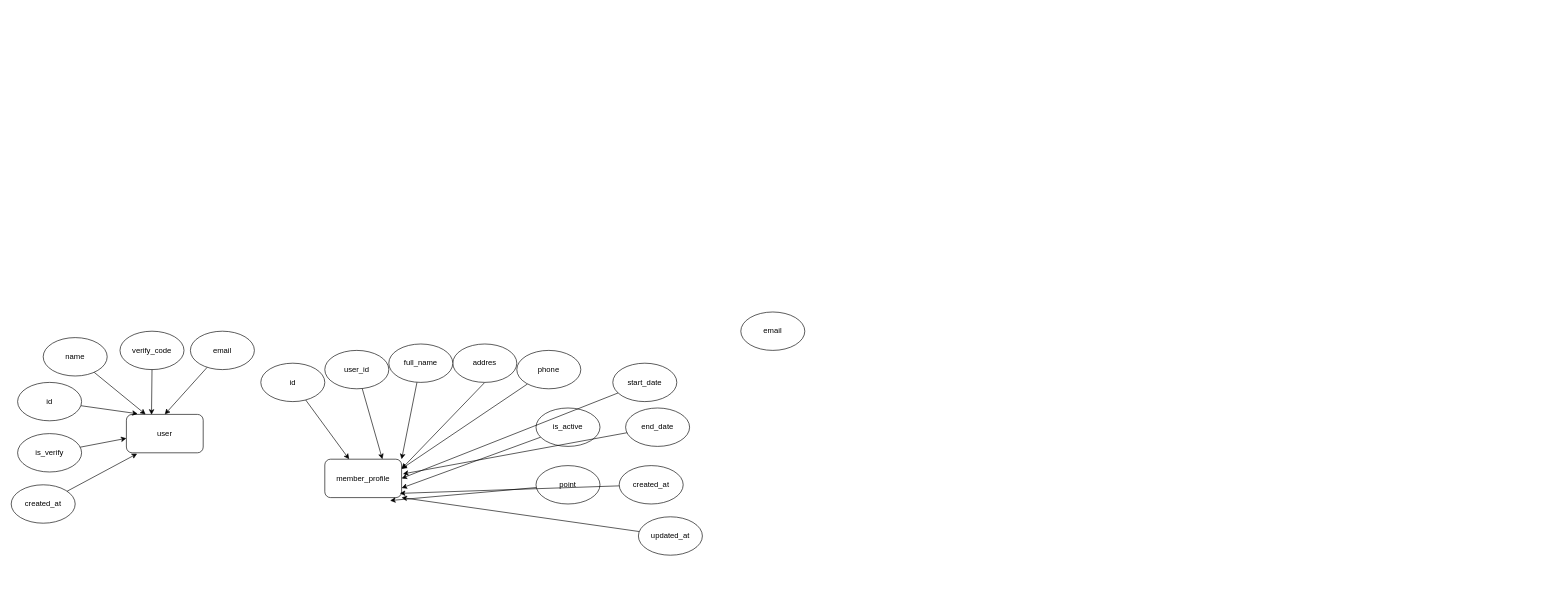
Before: Diagram Tanpa Judul.drawio in bayudani/Backend_gym, a draw.io diagram. Source tidied: cells renumbered, new cells numbered last; positions are measured from the earlier drawing's top-left corner, leaving out a move shared by most shapes. Both pictures are drawn from the tidied source at 64%, with x=0, y=0 at pixel (11, 312).
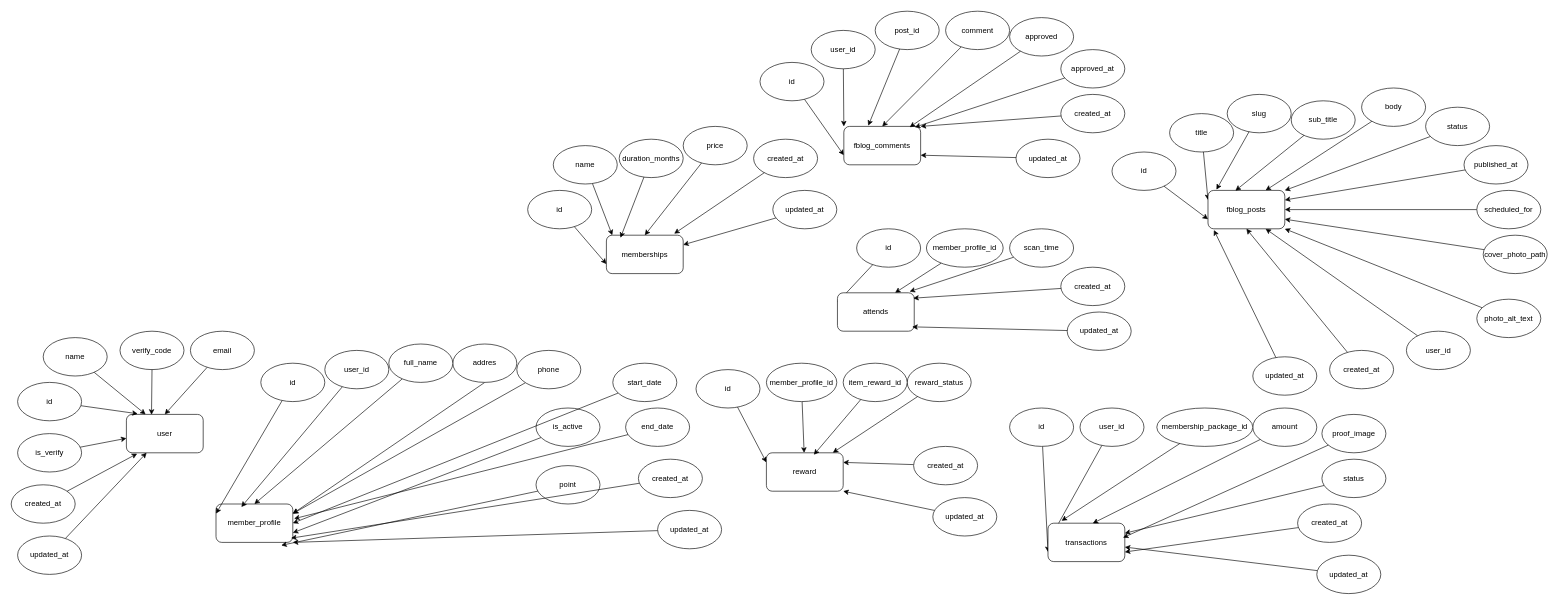
Above is the later version.

Unchanged cells that the change refers to:
```xml
<mxCell id="2" value="user" style="rounded=1;whiteSpace=wrap;html=1;" parent="1" vertex="1">
  <mxGeometry x="180" y="160" width="120" height="60" as="geometry" />
</mxCell>
<mxCell id="17" value="user_id" style="ellipse;whiteSpace=wrap;html=1;" parent="1" vertex="1">
  <mxGeometry x="490" y="60" width="100" height="60" as="geometry" />
</mxCell>
<mxCell id="21" value="id" style="ellipse;whiteSpace=wrap;html=1;" parent="1" vertex="1">
  <mxGeometry x="390" y="80" width="100" height="60" as="geometry" />
</mxCell>
<mxCell id="27" value="full_name" style="ellipse;whiteSpace=wrap;html=1;" parent="1" vertex="1">
  <mxGeometry x="590" y="50" width="100" height="60" as="geometry" />
</mxCell>
```

Diff of the diagram source:
```diff
@@
     <mxCell id="15" value="member_profile" style="rounded=1;whiteSpace=wrap;html=1;" parent="1" vertex="1">
-      <mxGeometry x="490" y="230" width="120" height="60" as="geometry" />
+      <mxGeometry x="320" y="300" width="120" height="60" as="geometry" />
     </mxCell>
-    <mxCell id="16" style="rounded=0;jettySize=auto;html=1;entryX=0.75;entryY=0;entryDx=0;entryDy=0;" parent="1" edge="1" source="17" target="15">
+    <mxCell id="16" style="rounded=0;jettySize=auto;html=1;entryX=0.33;entryY=0.077;entryDx=0;entryDy=0;entryPerimeter=0;" parent="1" edge="1" source="17" target="15">
       <mxGeometry relative="1" as="geometry" />
     </mxCell>
@@
-    <mxCell id="20" style="rounded=0;jettySize=auto;html=1;" parent="1" edge="1" source="21" target="15">
+    <mxCell id="20" style="rounded=0;jettySize=auto;html=1;entryX=0;entryY=0.25;entryDx=0;entryDy=0;" parent="1" edge="1" source="21" target="15">
       <mxGeometry relative="1" as="geometry" />
     </mxCell>
@@
-    <mxCell id="26" style="rounded=0;jettySize=auto;html=1;entryX=1;entryY=0;entryDx=0;entryDy=0;" parent="1" edge="1" source="27" target="15">
+    <mxCell id="26" style="rounded=0;jettySize=auto;html=1;entryX=0.5;entryY=0;entryDx=0;entryDy=0;" parent="1" edge="1" source="27" target="15">
       <mxGeometry relative="1" as="geometry" />
     </mxCell>
@@
+    <mxCell id="39" style="rounded=0;jettySize=auto;html=1;entryX=0;entryY=0.25;entryDx=0;entryDy=0;" parent="1" edge="1" source="28" target="40">
+      <mxGeometry relative="1" as="geometry" />
+    </mxCell>
-    <mxCell id="28" value="email" style="ellipse;whiteSpace=wrap;html=1;" parent="1" vertex="1">
-      <mxGeometry x="1140" width="100" height="60" as="geometry" />
+    <mxCell id="28" value="id" style="ellipse;whiteSpace=wrap;html=1;" parent="1" vertex="1">
+      <mxGeometry x="1070" y="90" width="100" height="60" as="geometry" />
     </mxCell>
@@
     <mxCell id="30" value="updated_at" style="ellipse;whiteSpace=wrap;html=1;" parent="1" vertex="1">
-      <mxGeometry x="980" y="320" width="100" height="60" as="geometry" />
+      <mxGeometry x="1010" y="310" width="100" height="60" as="geometry" />
     </mxCell>
     <mxCell id="31" value="created_at" style="ellipse;whiteSpace=wrap;html=1;" parent="1" vertex="1">
-      <mxGeometry x="950" y="240" width="100" height="60" as="geometry" />
+      <mxGeometry x="980" y="230" width="100" height="60" as="geometry" />
     </mxCell>
@@
+    <mxCell id="40" value="reward" style="rounded=1;whiteSpace=wrap;html=1;" parent="1" vertex="1">
+      <mxGeometry x="1180" y="220" width="120" height="60" as="geometry" />
+    </mxCell>
+    <mxCell id="41" style="rounded=0;jettySize=auto;html=1;" parent="1" edge="1" source="42" target="40">
+      <mxGeometry relative="1" as="geometry" />
+    </mxCell>
+    <mxCell id="42" value="member_profile_id" style="ellipse;whiteSpace=wrap;html=1;" parent="1" vertex="1">
+      <mxGeometry x="1180" y="80" width="110" height="60" as="geometry" />
+    </mxCell>
+    <mxCell id="43" style="rounded=0;jettySize=auto;html=1;entryX=0;entryY=0.5;entryDx=0;entryDy=0;" parent="1" edge="1" source="44" target="56">
+      <mxGeometry relative="1" as="geometry" />
+    </mxCell>
+    <mxCell id="44" value="user_id" style="ellipse;whiteSpace=wrap;html=1;" parent="1" vertex="1">
+      <mxGeometry x="1670" y="150" width="100" height="60" as="geometry" />
+    </mxCell>
+    <mxCell id="45" value="duration_months" style="ellipse;whiteSpace=wrap;html=1;" parent="1" vertex="1">
+      <mxGeometry x="950" y="-270" width="100" height="60" as="geometry" />
+    </mxCell>
+    <mxCell id="46" style="rounded=0;jettySize=auto;html=1;entryX=0;entryY=0.75;entryDx=0;entryDy=0;" parent="1" edge="1" source="47" target="56">
+      <mxGeometry relative="1" as="geometry" />
+    </mxCell>
+    <mxCell id="47" value="id" style="ellipse;whiteSpace=wrap;html=1;" parent="1" vertex="1">
+      <mxGeometry x="1560" y="150" width="100" height="60" as="geometry" />
+    </mxCell>
+    <mxCell id="48" value="reward_status" style="ellipse;whiteSpace=wrap;html=1;" parent="1" vertex="1">
+      <mxGeometry x="1400" y="80" width="100" height="60" as="geometry" />
+    </mxCell>
+    <mxCell id="49" value="item_reward_id" style="ellipse;whiteSpace=wrap;html=1;" parent="1" vertex="1">
+      <mxGeometry x="1300" y="80" width="100" height="60" as="geometry" />
+    </mxCell>
+    <mxCell id="50" style="rounded=0;jettySize=auto;html=1;entryX=1;entryY=1;entryDx=0;entryDy=0;" parent="1" edge="1" source="51" target="40">
+      <mxGeometry relative="1" as="geometry" />
+    </mxCell>
+    <mxCell id="51" value="updated_at" style="ellipse;whiteSpace=wrap;html=1;" parent="1" vertex="1">
+      <mxGeometry x="1440" y="290" width="100" height="60" as="geometry" />
+    </mxCell>
+    <mxCell id="52" style="rounded=0;jettySize=auto;html=1;entryX=1;entryY=0.25;entryDx=0;entryDy=0;" parent="1" edge="1" source="53" target="40">
+      <mxGeometry relative="1" as="geometry" />
+    </mxCell>
+    <mxCell id="53" value="created_at" style="ellipse;whiteSpace=wrap;html=1;" parent="1" vertex="1">
+      <mxGeometry x="1410" y="210" width="100" height="60" as="geometry" />
+    </mxCell>
+    <mxCell id="54" style="rounded=0;jettySize=auto;html=1;entryX=0.865;entryY=-0.003;entryDx=0;entryDy=0;entryPerimeter=0;" parent="1" edge="1" source="48" target="40">
+      <mxGeometry relative="1" as="geometry" />
+    </mxCell>
+    <mxCell id="55" style="rounded=0;jettySize=auto;html=1;entryX=0.618;entryY=0.05;entryDx=0;entryDy=0;entryPerimeter=0;" parent="1" edge="1" source="49" target="40">
+      <mxGeometry relative="1" as="geometry" />
+    </mxCell>
+    <mxCell id="56" value="transactions" style="rounded=1;whiteSpace=wrap;html=1;" parent="1" vertex="1">
+      <mxGeometry x="1620" y="330" width="120" height="60" as="geometry" />
+    </mxCell>
+    <mxCell id="57" value="post_id" style="ellipse;whiteSpace=wrap;html=1;" parent="1" vertex="1">
+      <mxGeometry x="1350" y="-470" width="100" height="60" as="geometry" />
+    </mxCell>
+    <mxCell id="58" style="rounded=0;jettySize=auto;html=1;entryX=0.5;entryY=0;entryDx=0;entryDy=0;" parent="1" edge="1" source="59" target="72">
+      <mxGeometry relative="1" as="geometry" />
+    </mxCell>
+    <mxCell id="59" value="price" style="ellipse;whiteSpace=wrap;html=1;" parent="1" vertex="1">
+      <mxGeometry x="1050" y="-290" width="100" height="60" as="geometry" />
+    </mxCell>
+    <mxCell id="60" style="rounded=0;jettySize=auto;html=1;" parent="1" edge="1" source="61" target="56">
+      <mxGeometry relative="1" as="geometry" />
+    </mxCell>
+    <mxCell id="61" value="status" style="ellipse;whiteSpace=wrap;html=1;" parent="1" vertex="1">
+      <mxGeometry x="2048" y="230" width="100" height="60" as="geometry" />
+    </mxCell>
+    <mxCell id="62" value="proof_image" style="ellipse;whiteSpace=wrap;html=1;" parent="1" vertex="1">
+      <mxGeometry x="2048" y="160" width="100" height="60" as="geometry" />
+    </mxCell>
+    <mxCell id="63" value="amount" style="ellipse;whiteSpace=wrap;html=1;" parent="1" vertex="1">
+      <mxGeometry x="1940" y="150" width="100" height="60" as="geometry" />
+    </mxCell>
+    <mxCell id="64" value="membership_package_id" style="ellipse;whiteSpace=wrap;html=1;" parent="1" vertex="1">
+      <mxGeometry x="1790" y="150" width="150" height="60" as="geometry" />
+    </mxCell>
+    <mxCell id="65" style="rounded=0;jettySize=auto;html=1;entryX=1;entryY=0.75;entryDx=0;entryDy=0;" parent="1" edge="1" source="66" target="56">
+      <mxGeometry relative="1" as="geometry" />
+    </mxCell>
+    <mxCell id="66" value="created_at" style="ellipse;whiteSpace=wrap;html=1;" parent="1" vertex="1">
+      <mxGeometry x="2010" y="300" width="100" height="60" as="geometry" />
+    </mxCell>
+    <mxCell id="67" style="rounded=0;jettySize=auto;html=1;" parent="1" edge="1" source="68" target="56">
+      <mxGeometry relative="1" as="geometry" />
+    </mxCell>
+    <mxCell id="68" value="updated_at" style="ellipse;whiteSpace=wrap;html=1;" parent="1" vertex="1">
+      <mxGeometry x="2040" y="380" width="100" height="60" as="geometry" />
+    </mxCell>
+    <mxCell id="69" style="rounded=0;jettySize=auto;html=1;entryX=0.177;entryY=-0.063;entryDx=0;entryDy=0;entryPerimeter=0;" parent="1" edge="1" source="64" target="56">
+      <mxGeometry relative="1" as="geometry" />
+    </mxCell>
+    <mxCell id="70" style="rounded=0;jettySize=auto;html=1;entryX=0.583;entryY=0.003;entryDx=0;entryDy=0;entryPerimeter=0;" parent="1" edge="1" source="63" target="56">
+      <mxGeometry relative="1" as="geometry" />
+    </mxCell>
+    <mxCell id="71" style="rounded=0;jettySize=auto;html=1;entryX=0.977;entryY=0.377;entryDx=0;entryDy=0;entryPerimeter=0;" parent="1" edge="1" source="62" target="56">
+      <mxGeometry relative="1" as="geometry" />
+    </mxCell>
+    <mxCell id="72" value="memberships" style="rounded=1;whiteSpace=wrap;html=1;" parent="1" vertex="1">
+      <mxGeometry x="930" y="-120" width="120" height="60" as="geometry" />
+    </mxCell>
+    <mxCell id="73" style="rounded=0;jettySize=auto;html=1;entryX=0;entryY=0.75;entryDx=0;entryDy=0;" parent="1" edge="1" source="74" target="72">
+      <mxGeometry relative="1" as="geometry" />
+    </mxCell>
+    <mxCell id="74" value="id" style="ellipse;whiteSpace=wrap;html=1;" parent="1" vertex="1">
+      <mxGeometry x="807" y="-190" width="100" height="60" as="geometry" />
+    </mxCell>
+    <mxCell id="75" style="rounded=0;jettySize=auto;html=1;entryX=0.077;entryY=0;entryDx=0;entryDy=0;entryPerimeter=0;" parent="1" edge="1" source="76" target="72">
+      <mxGeometry relative="1" as="geometry" />
+    </mxCell>
+    <mxCell id="76" value="name" style="ellipse;whiteSpace=wrap;html=1;" parent="1" vertex="1">
+      <mxGeometry x="847" y="-260" width="100" height="60" as="geometry" />
+    </mxCell>
+    <mxCell id="77" style="rounded=0;jettySize=auto;html=1;" parent="1" edge="1" source="78" target="2">
+      <mxGeometry relative="1" as="geometry" />
+    </mxCell>
+    <mxCell id="78" value="updated_at" style="ellipse;whiteSpace=wrap;html=1;" parent="1" vertex="1">
+      <mxGeometry x="10" y="350" width="100" height="60" as="geometry" />
+    </mxCell>
+    <mxCell id="79" style="rounded=0;jettySize=auto;html=1;entryX=0.5;entryY=0;entryDx=0;entryDy=0;" parent="1" edge="1" source="80" target="101">
+      <mxGeometry relative="1" as="geometry" />
+    </mxCell>
+    <mxCell id="80" value="comment" style="ellipse;whiteSpace=wrap;html=1;" parent="1" vertex="1">
+      <mxGeometry x="1460" y="-470" width="100" height="60" as="geometry" />
+    </mxCell>
+    <mxCell id="81" style="rounded=0;jettySize=auto;html=1;entryX=0;entryY=0;entryDx=0;entryDy=0;" parent="1" edge="1" source="82" target="101">
+      <mxGeometry relative="1" as="geometry" />
+    </mxCell>
+    <mxCell id="82" value="user_id" style="ellipse;whiteSpace=wrap;html=1;" parent="1" vertex="1">
+      <mxGeometry x="1250" y="-440" width="100" height="60" as="geometry" />
+    </mxCell>
+    <mxCell id="83" value="scan_time" style="ellipse;whiteSpace=wrap;html=1;" parent="1" vertex="1">
+      <mxGeometry x="1560" y="-130" width="100" height="60" as="geometry" />
+    </mxCell>
+    <mxCell id="84" value="updated_at" style="ellipse;whiteSpace=wrap;html=1;" parent="1" vertex="1">
+      <mxGeometry x="1650" width="100" height="60" as="geometry" />
+    </mxCell>
+    <mxCell id="85" value="created_at" style="ellipse;whiteSpace=wrap;html=1;" parent="1" vertex="1">
+      <mxGeometry x="1640" y="-70" width="100" height="60" as="geometry" />
+    </mxCell>
+    <mxCell id="86" style="rounded=0;jettySize=auto;html=1;entryX=0;entryY=0.75;entryDx=0;entryDy=0;" parent="1" edge="1" source="87" target="101">
+      <mxGeometry relative="1" as="geometry" />
+    </mxCell>
+    <mxCell id="87" value="id" style="ellipse;whiteSpace=wrap;html=1;" parent="1" vertex="1">
+      <mxGeometry x="1170" y="-390" width="100" height="60" as="geometry" />
+    </mxCell>
+    <mxCell id="88" style="rounded=0;jettySize=auto;html=1;entryX=0;entryY=0.25;entryDx=0;entryDy=0;" parent="1" edge="1" source="89" target="97">
+      <mxGeometry relative="1" as="geometry" />
+    </mxCell>
+    <mxCell id="89" value="id" style="ellipse;whiteSpace=wrap;html=1;" parent="1" vertex="1">
+      <mxGeometry x="1321" y="-130" width="100" height="60" as="geometry" />
+    </mxCell>
+    <mxCell id="90" style="rounded=0;jettySize=auto;html=1;entryX=0.75;entryY=0;entryDx=0;entryDy=0;" parent="1" edge="1" source="91" target="97">
+      <mxGeometry relative="1" as="geometry" />
+    </mxCell>
+    <mxCell id="91" value="member_profile_id" style="ellipse;whiteSpace=wrap;html=1;" parent="1" vertex="1">
+      <mxGeometry x="1430" y="-130" width="120" height="60" as="geometry" />
+    </mxCell>
+    <mxCell id="92" value="created_at" style="ellipse;whiteSpace=wrap;html=1;" parent="1" vertex="1">
+      <mxGeometry x="1160" y="-270" width="100" height="60" as="geometry" />
+    </mxCell>
+    <mxCell id="93" style="rounded=0;jettySize=auto;html=1;entryX=1;entryY=0.25;entryDx=0;entryDy=0;" parent="1" edge="1" source="94" target="72">
+      <mxGeometry relative="1" as="geometry" />
+    </mxCell>
+    <mxCell id="94" value="updated_at" style="ellipse;whiteSpace=wrap;html=1;" parent="1" vertex="1">
+      <mxGeometry x="1190" y="-190" width="100" height="60" as="geometry" />
+    </mxCell>
+    <mxCell id="95" style="rounded=0;jettySize=auto;html=1;entryX=0.183;entryY=0.067;entryDx=0;entryDy=0;entryPerimeter=0;" parent="1" edge="1" source="45" target="72">
+      <mxGeometry relative="1" as="geometry" />
+    </mxCell>
+    <mxCell id="96" style="rounded=0;jettySize=auto;html=1;entryX=0.883;entryY=-0.04;entryDx=0;entryDy=0;entryPerimeter=0;" parent="1" edge="1" source="92" target="72">
+      <mxGeometry relative="1" as="geometry" />
+    </mxCell>
+    <mxCell id="97" value="attends" style="rounded=1;whiteSpace=wrap;html=1;" parent="1" vertex="1">
+      <mxGeometry x="1291" y="-30" width="120" height="60" as="geometry" />
+    </mxCell>
+    <mxCell id="98" style="rounded=0;jettySize=auto;html=1;entryX=0.94;entryY=-0.033;entryDx=0;entryDy=0;entryPerimeter=0;" parent="1" edge="1" source="83" target="97">
+      <mxGeometry relative="1" as="geometry" />
+    </mxCell>
+    <mxCell id="99" style="rounded=0;jettySize=auto;html=1;entryX=0.987;entryY=0.14;entryDx=0;entryDy=0;entryPerimeter=0;" parent="1" edge="1" source="85" target="97">
+      <mxGeometry relative="1" as="geometry" />
+    </mxCell>
+    <mxCell id="100" style="rounded=0;jettySize=auto;html=1;entryX=0.973;entryY=0.887;entryDx=0;entryDy=0;entryPerimeter=0;" parent="1" edge="1" source="84" target="97">
+      <mxGeometry relative="1" as="geometry" />
+    </mxCell>
+    <mxCell id="101" value="fblog_comments" style="rounded=1;whiteSpace=wrap;html=1;" parent="1" vertex="1">
+      <mxGeometry x="1301" y="-290" width="120" height="60" as="geometry" />
+    </mxCell>
+    <mxCell id="102" style="rounded=0;jettySize=auto;html=1;entryX=0.75;entryY=0;entryDx=0;entryDy=0;" parent="1" edge="1" source="103" target="129">
+      <mxGeometry relative="1" as="geometry" />
+    </mxCell>
+    <mxCell id="103" value="body" style="ellipse;whiteSpace=wrap;html=1;" parent="1" vertex="1">
+      <mxGeometry x="2110" y="-350" width="100" height="60" as="geometry" />
+    </mxCell>
+    <mxCell id="104" style="rounded=0;jettySize=auto;html=1;entryX=1;entryY=0.75;entryDx=0;entryDy=0;" parent="1" edge="1" source="105" target="129">
+      <mxGeometry relative="1" as="geometry" />
+    </mxCell>
+    <mxCell id="105" value="cover_photo_path" style="ellipse;whiteSpace=wrap;html=1;" parent="1" vertex="1">
+      <mxGeometry x="2300" y="-120" width="100" height="60" as="geometry" />
+    </mxCell>
+    <mxCell id="106" value="approved" style="ellipse;whiteSpace=wrap;html=1;" parent="1" vertex="1">
+      <mxGeometry x="1560" y="-460" width="100" height="60" as="geometry" />
+    </mxCell>
+    <mxCell id="107" value="approved_at" style="ellipse;whiteSpace=wrap;html=1;" parent="1" vertex="1">
+      <mxGeometry x="1640" y="-410" width="100" height="60" as="geometry" />
+    </mxCell>
+    <mxCell id="108" style="rounded=0;jettySize=auto;html=1;entryX=1;entryY=0.5;entryDx=0;entryDy=0;" parent="1" edge="1" source="109" target="129">
+      <mxGeometry relative="1" as="geometry" />
+    </mxCell>
+    <mxCell id="109" value="scheduled_for" style="ellipse;whiteSpace=wrap;html=1;" parent="1" vertex="1">
+      <mxGeometry x="2290" y="-190" width="100" height="60" as="geometry" />
+    </mxCell>
+    <mxCell id="110" style="rounded=0;jettySize=auto;html=1;entryX=1;entryY=0.25;entryDx=0;entryDy=0;" parent="1" edge="1" source="111" target="129">
+      <mxGeometry relative="1" as="geometry" />
+    </mxCell>
+    <mxCell id="111" value="published_at" style="ellipse;whiteSpace=wrap;html=1;" parent="1" vertex="1">
+      <mxGeometry x="2270" y="-260" width="100" height="60" as="geometry" />
+    </mxCell>
+    <mxCell id="112" style="rounded=0;jettySize=auto;html=1;entryX=1;entryY=0;entryDx=0;entryDy=0;" parent="1" edge="1" source="113" target="129">
+      <mxGeometry relative="1" as="geometry" />
+    </mxCell>
+    <mxCell id="113" value="status" style="ellipse;whiteSpace=wrap;html=1;" parent="1" vertex="1">
+      <mxGeometry x="2210" y="-320" width="100" height="60" as="geometry" />
+    </mxCell>
+    <mxCell id="114" style="rounded=0;jettySize=auto;html=1;entryX=0;entryY=0.25;entryDx=0;entryDy=0;" parent="1" edge="1" source="115" target="129">
+      <mxGeometry relative="1" as="geometry" />
+    </mxCell>
+    <mxCell id="115" value="title" style="ellipse;whiteSpace=wrap;html=1;" parent="1" vertex="1">
+      <mxGeometry x="1810" y="-310" width="100" height="60" as="geometry" />
+    </mxCell>
+    <mxCell id="116" value="sub_title" style="ellipse;whiteSpace=wrap;html=1;" parent="1" vertex="1">
+      <mxGeometry x="2000" y="-330" width="100" height="60" as="geometry" />
+    </mxCell>
+    <mxCell id="117" style="rounded=0;jettySize=auto;html=1;entryX=0;entryY=0.75;entryDx=0;entryDy=0;" parent="1" edge="1" source="118" target="129">
+      <mxGeometry relative="1" as="geometry" />
+    </mxCell>
+    <mxCell id="118" value="id" style="ellipse;whiteSpace=wrap;html=1;" parent="1" vertex="1">
+      <mxGeometry x="1720" y="-250" width="100" height="60" as="geometry" />
+    </mxCell>
+    <mxCell id="119" style="rounded=0;jettySize=auto;html=1;entryX=0.75;entryY=1;entryDx=0;entryDy=0;" parent="1" edge="1" source="120" target="129">
+      <mxGeometry relative="1" as="geometry" />
+    </mxCell>
+    <mxCell id="120" value="user_id" style="ellipse;whiteSpace=wrap;html=1;" parent="1" vertex="1">
+      <mxGeometry x="2180" y="30" width="100" height="60" as="geometry" />
+    </mxCell>
+    <mxCell id="121" value="slug" style="ellipse;whiteSpace=wrap;html=1;" parent="1" vertex="1">
+      <mxGeometry x="1900" y="-340" width="100" height="60" as="geometry" />
+    </mxCell>
+    <mxCell id="122" style="rounded=0;jettySize=auto;html=1;entryX=1;entryY=0;entryDx=0;entryDy=0;" parent="1" edge="1" source="123" target="101">
+      <mxGeometry relative="1" as="geometry" />
+    </mxCell>
+    <mxCell id="123" value="created_at" style="ellipse;whiteSpace=wrap;html=1;" parent="1" vertex="1">
+      <mxGeometry x="1640" y="-340" width="100" height="60" as="geometry" />
+    </mxCell>
+    <mxCell id="124" style="rounded=0;jettySize=auto;html=1;entryX=1;entryY=0.75;entryDx=0;entryDy=0;" parent="1" edge="1" source="125" target="101">
+      <mxGeometry relative="1" as="geometry" />
+    </mxCell>
+    <mxCell id="125" value="updated_at" style="ellipse;whiteSpace=wrap;html=1;" parent="1" vertex="1">
+      <mxGeometry x="1570" y="-270" width="100" height="60" as="geometry" />
+    </mxCell>
+    <mxCell id="126" style="rounded=0;jettySize=auto;html=1;entryX=0.318;entryY=-0.02;entryDx=0;entryDy=0;entryPerimeter=0;" parent="1" edge="1" source="57" target="101">
+      <mxGeometry relative="1" as="geometry" />
+    </mxCell>
+    <mxCell id="127" style="rounded=0;jettySize=auto;html=1;entryX=0.858;entryY=0.02;entryDx=0;entryDy=0;entryPerimeter=0;" parent="1" edge="1" source="106" target="101">
+      <mxGeometry relative="1" as="geometry" />
+    </mxCell>
+    <mxCell id="128" style="rounded=0;jettySize=auto;html=1;entryX=0.925;entryY=0.02;entryDx=0;entryDy=0;entryPerimeter=0;" parent="1" edge="1" source="107" target="101">
+      <mxGeometry relative="1" as="geometry" />
+    </mxCell>
+    <mxCell id="129" value="fblog_posts" style="rounded=1;whiteSpace=wrap;html=1;" parent="1" vertex="1">
+      <mxGeometry x="1870" y="-190" width="120" height="60" as="geometry" />
+    </mxCell>
+    <mxCell id="130" style="rounded=0;jettySize=auto;html=1;entryX=1;entryY=1;entryDx=0;entryDy=0;" parent="1" edge="1" source="131" target="129">
+      <mxGeometry relative="1" as="geometry" />
+    </mxCell>
+    <mxCell id="131" value="photo_alt_text" style="ellipse;whiteSpace=wrap;html=1;" parent="1" vertex="1">
+      <mxGeometry x="2290" y="-20" width="100" height="60" as="geometry" />
+    </mxCell>
+    <mxCell id="132" style="rounded=0;jettySize=auto;html=1;entryX=0.5;entryY=1;entryDx=0;entryDy=0;" parent="1" edge="1" source="133" target="129">
+      <mxGeometry relative="1" as="geometry" />
+    </mxCell>
+    <mxCell id="133" value="created_at" style="ellipse;whiteSpace=wrap;html=1;" parent="1" vertex="1">
+      <mxGeometry x="2060" y="60" width="100" height="60" as="geometry" />
+    </mxCell>
+    <mxCell id="134" value="updated_at" style="ellipse;whiteSpace=wrap;html=1;" parent="1" vertex="1">
+      <mxGeometry x="1940" y="70" width="100" height="60" as="geometry" />
+    </mxCell>
+    <mxCell id="135" style="rounded=0;jettySize=auto;html=1;entryX=0.11;entryY=-0.02;entryDx=0;entryDy=0;entryPerimeter=0;" parent="1" edge="1" source="121" target="129">
+      <mxGeometry relative="1" as="geometry" />
+    </mxCell>
+    <mxCell id="136" style="rounded=0;jettySize=auto;html=1;entryX=0.357;entryY=0.007;entryDx=0;entryDy=0;entryPerimeter=0;" parent="1" edge="1" source="116" target="129">
+      <mxGeometry relative="1" as="geometry" />
+    </mxCell>
+    <mxCell id="137" style="rounded=0;jettySize=auto;html=1;entryX=0.077;entryY=1.033;entryDx=0;entryDy=0;entryPerimeter=0;" parent="1" edge="1" source="134" target="129">
+      <mxGeometry relative="1" as="geometry" />
+    </mxCell>
```
